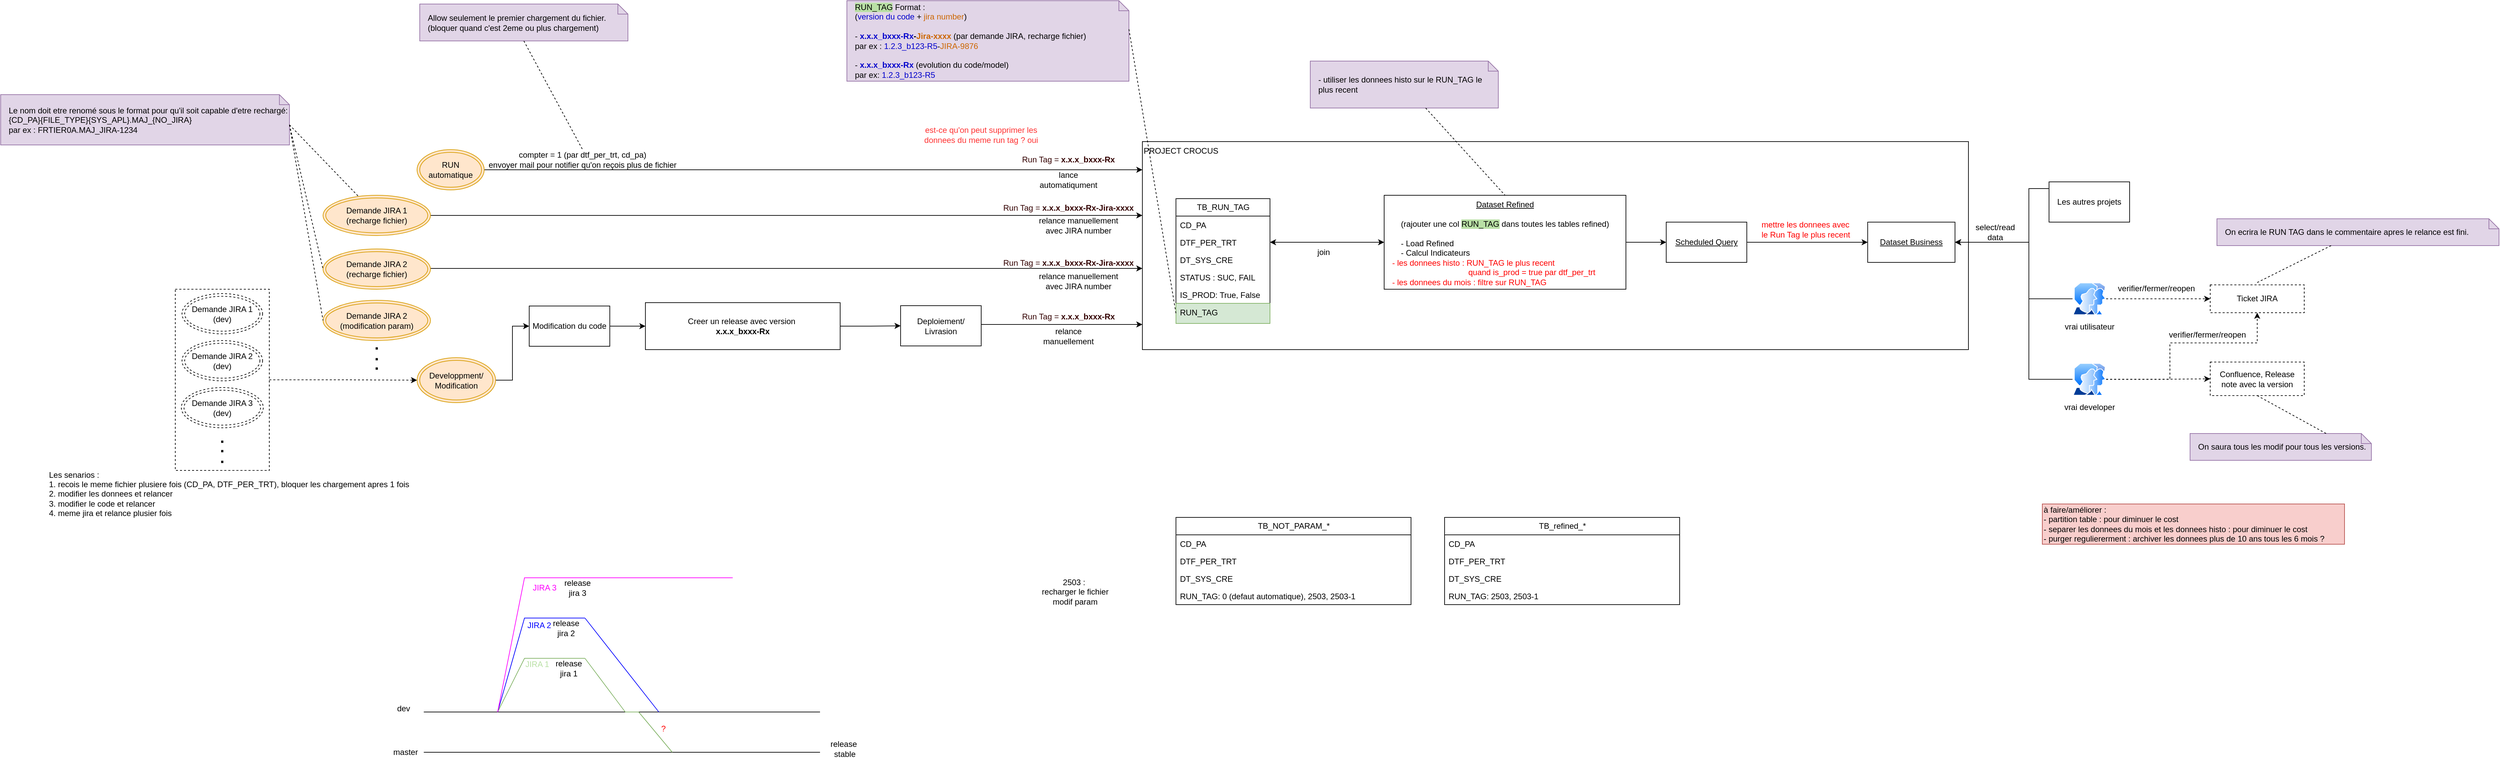
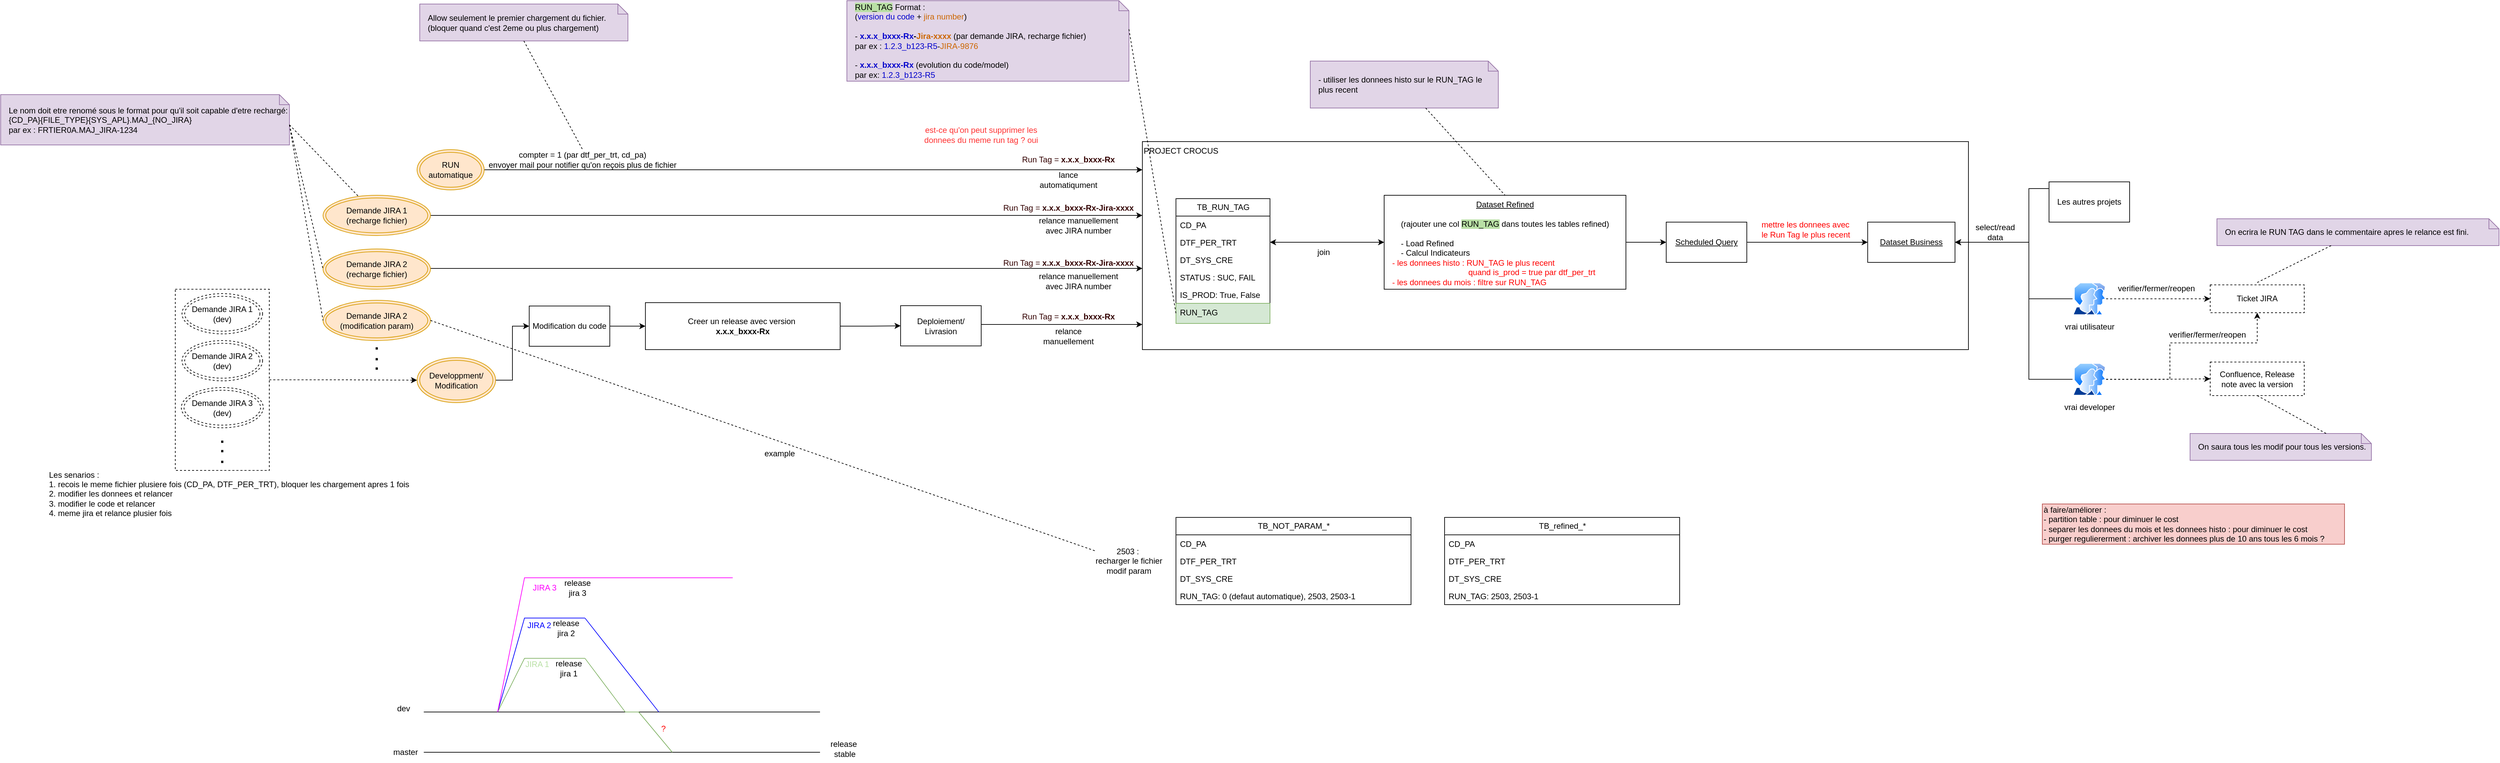
<mxfile host="app.diagrams.net">
  <diagram name="Page-1" id="bEAYSmEDHXBXhFzCy1HB">
-     <mxGraphModel dx="3075" dy="1706" grid="1" gridSize="10" guides="1" tooltips="1" connect="1" arrows="1" fold="1" page="1" pageScale="1" pageWidth="827" pageHeight="1169" math="0" shadow="0">
+     <mxGraphModel dx="4141" dy="2109" grid="1" gridSize="10" guides="1" tooltips="1" connect="1" arrows="1" fold="1" page="1" pageScale="1" pageWidth="827" pageHeight="1169" math="0" shadow="0">
      <root>
        <mxCell id="0" />
        <mxCell id="1" parent="0" />
        <mxCell id="cKu8MT6L8Fp_BZaxLZj7-22" edge="1" parent="1" source="cKu8MT6L8Fp_BZaxLZj7-16" style="edgeStyle=orthogonalEdgeStyle;rounded=0;orthogonalLoop=1;jettySize=auto;html=1;dashed=1;" target="QUzsFoNl6aFI_2ed8XXq-33">
          <mxGeometry relative="1" as="geometry">
            <Array as="points" />
            <mxPoint x="-937.4999999999995" y="465" as="sourcePoint" />
            <mxPoint x="-602.4999999999995" y="448" as="targetPoint" />
          </mxGeometry>
        </mxCell>
        <mxCell id="cKu8MT6L8Fp_BZaxLZj7-16" parent="1" style="rounded=0;whiteSpace=wrap;html=1;dashed=1;" value="" vertex="1">
          <mxGeometry height="270" width="140" x="-1070" y="330" as="geometry" />
        </mxCell>
        <mxCell id="QUzsFoNl6aFI_2ed8XXq-13" parent="1" style="rounded=0;whiteSpace=wrap;html=1;align=left;verticalAlign=top;" value="PROJECT CROCUS" vertex="1">
          <mxGeometry height="310" width="1230" x="370" y="110" as="geometry" />
        </mxCell>
        <mxCell id="QUzsFoNl6aFI_2ed8XXq-1" parent="1" style="swimlane;fontStyle=0;childLayout=stackLayout;horizontal=1;startSize=26;fillColor=none;horizontalStack=0;resizeParent=1;resizeParentMax=0;resizeLast=0;collapsible=1;marginBottom=0;html=1;" value="TB_RUN_TAG" vertex="1">
          <mxGeometry height="186" width="140" x="420" y="195" as="geometry" />
        </mxCell>
        <mxCell id="QUzsFoNl6aFI_2ed8XXq-2" parent="QUzsFoNl6aFI_2ed8XXq-1" style="text;strokeColor=none;fillColor=none;align=left;verticalAlign=top;spacingLeft=4;spacingRight=4;overflow=hidden;rotatable=0;points=[[0,0.5],[1,0.5]];portConstraint=eastwest;whiteSpace=wrap;html=1;" value="CD_PA" vertex="1">
          <mxGeometry height="26" width="140" y="26" as="geometry" />
        </mxCell>
        <mxCell id="QUzsFoNl6aFI_2ed8XXq-3" parent="QUzsFoNl6aFI_2ed8XXq-1" style="text;strokeColor=none;fillColor=none;align=left;verticalAlign=top;spacingLeft=4;spacingRight=4;overflow=hidden;rotatable=0;points=[[0,0.5],[1,0.5]];portConstraint=eastwest;whiteSpace=wrap;html=1;" value="DTF_PER_TRT" vertex="1">
          <mxGeometry height="26" width="140" y="52" as="geometry" />
        </mxCell>
        <mxCell id="QUzsFoNl6aFI_2ed8XXq-4" parent="QUzsFoNl6aFI_2ed8XXq-1" style="text;strokeColor=none;fillColor=none;align=left;verticalAlign=top;spacingLeft=4;spacingRight=4;overflow=hidden;rotatable=0;points=[[0,0.5],[1,0.5]];portConstraint=eastwest;whiteSpace=wrap;html=1;" value="DT_SYS_CRE" vertex="1">
          <mxGeometry height="26" width="140" y="78" as="geometry" />
        </mxCell>
        <mxCell id="QUzsFoNl6aFI_2ed8XXq-105" parent="QUzsFoNl6aFI_2ed8XXq-1" style="text;strokeColor=none;fillColor=none;align=left;verticalAlign=top;spacingLeft=4;spacingRight=4;overflow=hidden;rotatable=0;points=[[0,0.5],[1,0.5]];portConstraint=eastwest;whiteSpace=wrap;html=1;" value="STATUS : SUC, FAIL" vertex="1">
          <mxGeometry height="26" width="140" y="104" as="geometry" />
        </mxCell>
        <mxCell id="DOhsEIRQmGDwiVjTRz9E-7" parent="QUzsFoNl6aFI_2ed8XXq-1" style="text;strokeColor=none;fillColor=none;align=left;verticalAlign=top;spacingLeft=4;spacingRight=4;overflow=hidden;rotatable=0;points=[[0,0.5],[1,0.5]];portConstraint=eastwest;whiteSpace=wrap;html=1;" value="IS_PROD: True, False" vertex="1">
          <mxGeometry height="26" width="140" y="130" as="geometry" />
        </mxCell>
        <mxCell id="QUzsFoNl6aFI_2ed8XXq-5" parent="QUzsFoNl6aFI_2ed8XXq-1" style="text;strokeColor=#82b366;fillColor=#d5e8d4;align=left;verticalAlign=top;spacingLeft=4;spacingRight=4;overflow=hidden;rotatable=0;points=[[0,0.5],[1,0.5]];portConstraint=eastwest;whiteSpace=wrap;html=1;" value="RUN_TAG" vertex="1">
          <mxGeometry height="30" width="140" y="156" as="geometry" />
        </mxCell>
        <mxCell id="QUzsFoNl6aFI_2ed8XXq-7" parent="1" style="shape=note;size=15;align=left;spacingLeft=10;html=1;whiteSpace=wrap;fillColor=#e1d5e7;strokeColor=#9673a6;" value="&lt;span style=&quot;background-color: rgb(185, 224, 165);&quot;&gt;RUN_TAG&lt;/span&gt; Format :&amp;nbsp;&lt;div&gt;(&lt;font style=&quot;color: rgb(0, 0, 204);&quot;&gt;version du code&lt;/font&gt; +&lt;font style=&quot;color: rgb(204, 102, 0);&quot;&gt; &lt;font&gt;jira number&lt;/font&gt;&lt;/font&gt;)&lt;/div&gt;&lt;div&gt;&lt;br&gt;&lt;div&gt;- &lt;b&gt;&lt;font style=&quot;color: rgb(0, 0, 204);&quot;&gt;x.x.x_bxxx-Rx&lt;/font&gt;-&lt;font style=&quot;color: rgb(204, 102, 0);&quot;&gt;Jira-xxxx&lt;/font&gt;&lt;/b&gt; (par demande JIRA, recharge fichier)&amp;nbsp;&lt;/div&gt;&lt;div&gt;par ex : &lt;font style=&quot;color: rgb(0, 0, 204);&quot;&gt;1.2.3_b123-R5&lt;/font&gt;-&lt;font style=&quot;color: rgb(204, 102, 0);&quot;&gt;JIRA-9876&lt;/font&gt;&lt;/div&gt;&lt;div&gt;&lt;br&gt;&lt;/div&gt;&lt;div&gt;-&lt;b&gt; &lt;font style=&quot;color: rgb(0, 0, 204);&quot;&gt;x.x.x_bxxx-Rx&lt;/font&gt;&lt;/b&gt; (evolution du code/model)&lt;/div&gt;&lt;div&gt;&lt;span style=&quot;background-color: transparent; color: light-dark(rgb(0, 0, 0), rgb(255, 255, 255));&quot;&gt;par ex: &lt;/span&gt;&lt;span style=&quot;background-color: transparent;&quot;&gt;&lt;font style=&quot;color: light-dark(rgb(0, 0, 204), rgb(255, 255, 255));&quot;&gt;1.2.3_b123-R5&lt;/font&gt;&lt;/span&gt;&lt;/div&gt;&lt;/div&gt;" vertex="1">
          <mxGeometry height="120" width="420" x="-70" y="-100" as="geometry" />
        </mxCell>
        <mxCell id="QUzsFoNl6aFI_2ed8XXq-8" edge="1" parent="1" source="QUzsFoNl6aFI_2ed8XXq-7" style="edgeStyle=none;endArrow=none;exitX=0;exitY=0;dashed=1;html=1;rounded=0;entryX=0;entryY=0.5;entryDx=0;entryDy=0;exitDx=420;exitDy=42.5;exitPerimeter=0;" target="QUzsFoNl6aFI_2ed8XXq-5" value="">
          <mxGeometry relative="1" x="1" as="geometry">
            <mxPoint x="590" y="660" as="targetPoint" />
          </mxGeometry>
        </mxCell>
        <mxCell id="QUzsFoNl6aFI_2ed8XXq-10" parent="1" style="rounded=0;whiteSpace=wrap;html=1;dashed=1;" value="Confluence, Release note avec la v&lt;span style=&quot;background-color: transparent; color: light-dark(rgb(0, 0, 0), rgb(255, 255, 255));&quot;&gt;ersion&lt;/span&gt;" vertex="1">
          <mxGeometry height="50" width="140" x="1960" y="438.5" as="geometry" />
        </mxCell>
        <mxCell id="QUzsFoNl6aFI_2ed8XXq-11" parent="1" style="rounded=0;whiteSpace=wrap;html=1;dashed=1;" value="Ticket JIRA" vertex="1">
          <mxGeometry height="41.5" width="140" x="1960" y="323.5" as="geometry" />
        </mxCell>
        <mxCell id="QUzsFoNl6aFI_2ed8XXq-42" edge="1" parent="1" source="QUzsFoNl6aFI_2ed8XXq-12" style="edgeStyle=orthogonalEdgeStyle;rounded=0;orthogonalLoop=1;jettySize=auto;html=1;entryX=1;entryY=0.5;entryDx=0;entryDy=0;startArrow=classic;startFill=1;" target="QUzsFoNl6aFI_2ed8XXq-3">
          <mxGeometry relative="1" as="geometry" />
        </mxCell>
        <mxCell id="QUzsFoNl6aFI_2ed8XXq-50" edge="1" parent="1" source="QUzsFoNl6aFI_2ed8XXq-12" style="edgeStyle=orthogonalEdgeStyle;rounded=0;orthogonalLoop=1;jettySize=auto;html=1;" target="QUzsFoNl6aFI_2ed8XXq-46">
          <mxGeometry relative="1" as="geometry">
            <Array as="points" />
          </mxGeometry>
        </mxCell>
        <mxCell id="QUzsFoNl6aFI_2ed8XXq-12" parent="1" style="rounded=0;whiteSpace=wrap;html=1;verticalAlign=top;" value="&lt;u&gt;Dataset Refined&lt;/u&gt;&lt;div&gt;&lt;u&gt;&lt;br&gt;&lt;/u&gt;&lt;div&gt;(rajouter une col &lt;span style=&quot;background-color: rgb(185, 224, 165);&quot;&gt;RUN_TAG&lt;/span&gt;&lt;span&gt; &lt;/span&gt;dans toutes les tables refined)&lt;/div&gt;&lt;div&gt;&lt;br&gt;&lt;/div&gt;&lt;div style=&quot;text-align: left;&quot;&gt;- Load Refined&amp;nbsp; &amp;nbsp; &amp;nbsp; &amp;nbsp;&lt;/div&gt;&lt;div style=&quot;text-align: left;&quot;&gt;- Calcul Indicateurs&lt;/div&gt;&lt;/div&gt;" vertex="1">
          <mxGeometry height="140" width="360" x="730" y="190" as="geometry" />
        </mxCell>
        <mxCell id="QUzsFoNl6aFI_2ed8XXq-27" edge="1" parent="1" source="QUzsFoNl6aFI_2ed8XXq-33" style="edgeStyle=orthogonalEdgeStyle;rounded=0;orthogonalLoop=1;jettySize=auto;html=1;entryX=0;entryY=0.5;entryDx=0;entryDy=0;" target="QUzsFoNl6aFI_2ed8XXq-23">
          <mxGeometry relative="1" as="geometry">
            <mxPoint x="-740" y="281" as="sourcePoint" />
          </mxGeometry>
        </mxCell>
        <mxCell id="QUzsFoNl6aFI_2ed8XXq-19" parent="1" style="text;html=1;whiteSpace=wrap;strokeColor=none;fillColor=none;align=center;verticalAlign=middle;rounded=0;fontColor=#330000;" value="&lt;font style=&quot;&quot;&gt;Run Tag =&amp;nbsp;&lt;/font&gt;&lt;b style=&quot;text-align: left;&quot;&gt;x.x.x_bxxx-Rx-Jira-xxxx&lt;/b&gt;" vertex="1">
          <mxGeometry height="30" width="200" x="160" y="275.5" as="geometry" />
        </mxCell>
        <mxCell id="cKu8MT6L8Fp_BZaxLZj7-37" edge="1" parent="1" source="QUzsFoNl6aFI_2ed8XXq-23" style="edgeStyle=orthogonalEdgeStyle;rounded=0;orthogonalLoop=1;jettySize=auto;html=1;" target="QUzsFoNl6aFI_2ed8XXq-25">
          <mxGeometry relative="1" as="geometry" />
        </mxCell>
        <mxCell id="QUzsFoNl6aFI_2ed8XXq-23" parent="1" style="rounded=0;whiteSpace=wrap;html=1;" value="Modification du code" vertex="1">
          <mxGeometry height="60" width="120" x="-543" y="355" as="geometry" />
        </mxCell>
        <mxCell id="QUzsFoNl6aFI_2ed8XXq-31" edge="1" parent="1" source="QUzsFoNl6aFI_2ed8XXq-24" style="edgeStyle=orthogonalEdgeStyle;rounded=0;orthogonalLoop=1;jettySize=auto;html=1;">
          <mxGeometry relative="1" as="geometry">
            <Array as="points">
              <mxPoint x="180" y="382.5" />
              <mxPoint x="180" y="382.5" />
            </Array>
            <mxPoint x="370" y="382.5" as="targetPoint" />
          </mxGeometry>
        </mxCell>
        <mxCell id="QUzsFoNl6aFI_2ed8XXq-24" parent="1" style="rounded=0;whiteSpace=wrap;html=1;" value="Deploiement/ Livrasion" vertex="1">
          <mxGeometry height="60" width="120" x="10" y="354.5" as="geometry" />
        </mxCell>
        <mxCell id="cKu8MT6L8Fp_BZaxLZj7-38" edge="1" parent="1" source="QUzsFoNl6aFI_2ed8XXq-25" style="edgeStyle=orthogonalEdgeStyle;rounded=0;orthogonalLoop=1;jettySize=auto;html=1;" target="QUzsFoNl6aFI_2ed8XXq-24">
          <mxGeometry relative="1" as="geometry" />
        </mxCell>
        <mxCell id="QUzsFoNl6aFI_2ed8XXq-25" parent="1" style="rounded=0;whiteSpace=wrap;html=1;" value="Creer un release avec version&amp;nbsp;&lt;div&gt;&lt;span style=&quot;text-align: left;&quot;&gt;&lt;b&gt;x.x.x_bxxx-Rx&lt;/b&gt;&lt;/span&gt;&lt;/div&gt;" vertex="1">
          <mxGeometry height="70" width="290" x="-370" y="350" as="geometry" />
        </mxCell>
        <mxCell id="QUzsFoNl6aFI_2ed8XXq-33" parent="1" style="ellipse;shape=doubleEllipse;whiteSpace=wrap;html=1;fillColor=#ffe6cc;strokeColor=#d79b00;" value="Developpment/&lt;div&gt;Modification&lt;/div&gt;" vertex="1">
          <mxGeometry height="67" width="117" x="-710" y="432" as="geometry" />
        </mxCell>
        <mxCell id="cKu8MT6L8Fp_BZaxLZj7-5" edge="1" parent="1" style="edgeStyle=orthogonalEdgeStyle;rounded=0;orthogonalLoop=1;jettySize=auto;html=1;">
          <mxGeometry relative="1" as="geometry">
            <Array as="points">
              <mxPoint x="110" y="299" />
              <mxPoint x="110" y="299" />
            </Array>
            <mxPoint x="-690.0000000000005" y="299" as="sourcePoint" />
            <mxPoint x="370" y="299" as="targetPoint" />
          </mxGeometry>
        </mxCell>
        <mxCell id="QUzsFoNl6aFI_2ed8XXq-34" parent="1" style="ellipse;shape=doubleEllipse;whiteSpace=wrap;html=1;fillColor=#ffe6cc;strokeColor=#d79b00;" value="Demande JIRA 2&lt;div&gt;(recharge fichier)&lt;/div&gt;" vertex="1">
          <mxGeometry height="60" width="160" x="-850" y="270" as="geometry" />
        </mxCell>
        <mxCell id="QUzsFoNl6aFI_2ed8XXq-36" edge="1" parent="1" source="QUzsFoNl6aFI_2ed8XXq-35" style="edgeStyle=orthogonalEdgeStyle;rounded=0;orthogonalLoop=1;jettySize=auto;html=1;" target="QUzsFoNl6aFI_2ed8XXq-13">
          <mxGeometry relative="1" as="geometry">
            <Array as="points">
              <mxPoint x="140" y="152" />
              <mxPoint x="140" y="152" />
            </Array>
            <mxPoint x="380" y="152.0588235294117" as="targetPoint" />
          </mxGeometry>
        </mxCell>
        <mxCell id="QUzsFoNl6aFI_2ed8XXq-35" parent="1" style="ellipse;shape=doubleEllipse;whiteSpace=wrap;html=1;fillColor=#ffe6cc;strokeColor=#d79b00;" value="RUN automatique" vertex="1">
          <mxGeometry height="60" width="100" x="-710" y="122" as="geometry" />
        </mxCell>
        <mxCell id="QUzsFoNl6aFI_2ed8XXq-40" parent="1" style="shape=note;size=15;align=left;spacingLeft=10;html=1;whiteSpace=wrap;fillColor=#e1d5e7;strokeColor=#9673a6;" value="&lt;div&gt;- utiliser les donnees histo sur le RUN_TAG le plus recent&lt;/div&gt;" vertex="1">
          <mxGeometry height="70" width="280" x="620" y="-10" as="geometry" />
        </mxCell>
        <mxCell id="QUzsFoNl6aFI_2ed8XXq-41" edge="1" parent="1" source="QUzsFoNl6aFI_2ed8XXq-40" style="edgeStyle=none;endArrow=none;dashed=1;html=1;rounded=0;entryX=0.5;entryY=0;entryDx=0;entryDy=0;" target="QUzsFoNl6aFI_2ed8XXq-12" value="">
          <mxGeometry relative="1" x="1" as="geometry">
            <mxPoint x="720" y="650" as="sourcePoint" />
            <mxPoint x="772" y="500" as="targetPoint" />
          </mxGeometry>
        </mxCell>
        <mxCell id="QUzsFoNl6aFI_2ed8XXq-43" parent="1" style="text;html=1;whiteSpace=wrap;strokeColor=none;fillColor=none;align=left;verticalAlign=middle;rounded=0;" value="&lt;font style=&quot;color: rgb(255, 0, 0);&quot;&gt;- les donnees histo : RUN_TAG le plus recent&amp;nbsp;&lt;/font&gt;&lt;div&gt;&lt;font style=&quot;color: rgb(255, 0, 0);&quot;&gt;&amp;nbsp; &amp;nbsp; &amp;nbsp; &amp;nbsp; &amp;nbsp; &amp;nbsp; &amp;nbsp; &amp;nbsp; &amp;nbsp; &amp;nbsp; &amp;nbsp; &amp;nbsp; &amp;nbsp; &amp;nbsp; &amp;nbsp; &amp;nbsp; &amp;nbsp; quand is_prod = true par dtf_per_trt&lt;/font&gt;&lt;div&gt;&lt;font style=&quot;color: rgb(255, 0, 0);&quot;&gt;- les donnees du mois : f&lt;/font&gt;&lt;span style=&quot;color: light-dark(rgb(255, 0, 0), rgb(255, 144, 144)); background-color: transparent;&quot;&gt;iltre sur RUN_TAG&lt;/span&gt;&lt;/div&gt;&lt;/div&gt;" vertex="1">
          <mxGeometry height="30" width="370" x="740" y="290" as="geometry" />
        </mxCell>
        <mxCell id="QUzsFoNl6aFI_2ed8XXq-45" parent="1" style="rounded=0;whiteSpace=wrap;html=1;" value="&lt;u&gt;Dataset Business&lt;/u&gt;" vertex="1">
          <mxGeometry height="60" width="130" x="1450" y="230" as="geometry" />
        </mxCell>
        <mxCell id="QUzsFoNl6aFI_2ed8XXq-48" edge="1" parent="1" source="QUzsFoNl6aFI_2ed8XXq-46" style="edgeStyle=orthogonalEdgeStyle;rounded=0;orthogonalLoop=1;jettySize=auto;html=1;" target="QUzsFoNl6aFI_2ed8XXq-45">
          <mxGeometry relative="1" as="geometry" />
        </mxCell>
        <mxCell id="QUzsFoNl6aFI_2ed8XXq-46" parent="1" style="rounded=0;whiteSpace=wrap;html=1;" value="&lt;u&gt;Scheduled Query&lt;/u&gt;" vertex="1">
          <mxGeometry height="60" width="120" x="1150" y="230" as="geometry" />
        </mxCell>
        <mxCell id="QUzsFoNl6aFI_2ed8XXq-51" parent="1" style="text;html=1;whiteSpace=wrap;strokeColor=none;fillColor=none;align=left;verticalAlign=middle;rounded=0;fontColor=#FF0000;" value="mettre les donnees avec le Run Tag le plus recent" vertex="1">
          <mxGeometry height="30" width="140" x="1290" y="226" as="geometry" />
        </mxCell>
        <mxCell id="QUzsFoNl6aFI_2ed8XXq-59" edge="1" parent="1" source="QUzsFoNl6aFI_2ed8XXq-52" style="edgeStyle=orthogonalEdgeStyle;rounded=0;orthogonalLoop=1;jettySize=auto;html=1;entryX=1;entryY=0.5;entryDx=0;entryDy=0;" target="QUzsFoNl6aFI_2ed8XXq-45">
          <mxGeometry relative="1" as="geometry">
            <Array as="points">
              <mxPoint x="1690" y="180" />
              <mxPoint x="1690" y="260" />
            </Array>
          </mxGeometry>
        </mxCell>
        <mxCell id="QUzsFoNl6aFI_2ed8XXq-52" parent="1" style="rounded=0;whiteSpace=wrap;html=1;" value="Les autres projets" vertex="1">
          <mxGeometry height="60" width="120" x="1720" y="170" as="geometry" />
        </mxCell>
        <mxCell id="QUzsFoNl6aFI_2ed8XXq-58" edge="1" parent="1" source="QUzsFoNl6aFI_2ed8XXq-57" style="edgeStyle=orthogonalEdgeStyle;rounded=0;orthogonalLoop=1;jettySize=auto;html=1;entryX=1;entryY=0.5;entryDx=0;entryDy=0;" target="QUzsFoNl6aFI_2ed8XXq-45">
          <mxGeometry relative="1" as="geometry">
            <Array as="points">
              <mxPoint x="1690" y="344" />
              <mxPoint x="1690" y="260" />
            </Array>
          </mxGeometry>
        </mxCell>
        <mxCell id="QUzsFoNl6aFI_2ed8XXq-65" edge="1" parent="1" source="QUzsFoNl6aFI_2ed8XXq-57" style="edgeStyle=orthogonalEdgeStyle;rounded=0;orthogonalLoop=1;jettySize=auto;html=1;dashed=1;" target="QUzsFoNl6aFI_2ed8XXq-11">
          <mxGeometry relative="1" as="geometry" />
        </mxCell>
        <mxCell id="QUzsFoNl6aFI_2ed8XXq-57" parent="1" style="image;aspect=fixed;perimeter=ellipsePerimeter;html=1;align=center;shadow=0;dashed=0;spacingTop=3;image=img/lib/active_directory/user_accounts.svg;" value="vrai utilisateur" vertex="1">
          <mxGeometry height="48.5" width="50" x="1755" y="320" as="geometry" />
        </mxCell>
        <mxCell id="QUzsFoNl6aFI_2ed8XXq-60" parent="1" style="text;html=1;whiteSpace=wrap;strokeColor=none;fillColor=none;align=center;verticalAlign=middle;rounded=0;" value="select/read data" vertex="1">
          <mxGeometry height="30" width="60" x="1610" y="230" as="geometry" />
        </mxCell>
        <mxCell id="QUzsFoNl6aFI_2ed8XXq-63" edge="1" parent="1" source="QUzsFoNl6aFI_2ed8XXq-62" style="edgeStyle=orthogonalEdgeStyle;rounded=0;orthogonalLoop=1;jettySize=auto;html=1;entryX=1;entryY=0.5;entryDx=0;entryDy=0;" target="QUzsFoNl6aFI_2ed8XXq-45">
          <mxGeometry relative="1" as="geometry">
            <Array as="points">
              <mxPoint x="1690" y="464" />
              <mxPoint x="1690" y="260" />
            </Array>
          </mxGeometry>
        </mxCell>
        <mxCell id="QUzsFoNl6aFI_2ed8XXq-66" edge="1" parent="1" source="QUzsFoNl6aFI_2ed8XXq-62" style="edgeStyle=orthogonalEdgeStyle;rounded=0;orthogonalLoop=1;jettySize=auto;html=1;dashed=1;" target="QUzsFoNl6aFI_2ed8XXq-10">
          <mxGeometry relative="1" as="geometry" />
        </mxCell>
        <mxCell id="QUzsFoNl6aFI_2ed8XXq-68" edge="1" parent="1" source="QUzsFoNl6aFI_2ed8XXq-62" style="edgeStyle=orthogonalEdgeStyle;rounded=0;orthogonalLoop=1;jettySize=auto;html=1;entryX=0.5;entryY=1;entryDx=0;entryDy=0;dashed=1;" target="QUzsFoNl6aFI_2ed8XXq-11">
          <mxGeometry relative="1" as="geometry">
            <Array as="points">
              <mxPoint x="1900" y="464" />
              <mxPoint x="1900" y="410" />
              <mxPoint x="2030" y="410" />
            </Array>
          </mxGeometry>
        </mxCell>
        <mxCell id="QUzsFoNl6aFI_2ed8XXq-62" parent="1" style="image;aspect=fixed;perimeter=ellipsePerimeter;html=1;align=center;shadow=0;dashed=0;spacingTop=3;image=img/lib/active_directory/user_accounts.svg;" value="vrai developer" vertex="1">
          <mxGeometry height="48.5" width="50" x="1755" y="440" as="geometry" />
        </mxCell>
        <mxCell id="QUzsFoNl6aFI_2ed8XXq-69" parent="1" style="shape=note;size=15;align=left;spacingLeft=10;html=1;whiteSpace=wrap;fillColor=#e1d5e7;strokeColor=#9673a6;" value="On ecrira le RUN TAG dans le commentaire apres le relance est fini." vertex="1">
          <mxGeometry height="40" width="420" x="1970" y="225" as="geometry" />
        </mxCell>
        <mxCell id="QUzsFoNl6aFI_2ed8XXq-70" edge="1" parent="1" source="QUzsFoNl6aFI_2ed8XXq-69" style="edgeStyle=none;endArrow=none;dashed=1;html=1;rounded=0;" value="">
          <mxGeometry relative="1" x="1" as="geometry">
            <mxPoint x="970" y="210" as="sourcePoint" />
            <mxPoint x="2030" y="320" as="targetPoint" />
          </mxGeometry>
        </mxCell>
        <mxCell id="QUzsFoNl6aFI_2ed8XXq-71" parent="1" style="shape=note;size=15;align=left;spacingLeft=10;html=1;whiteSpace=wrap;fillColor=#e1d5e7;strokeColor=#9673a6;" value="On saura tous les modif pour tous les versions." vertex="1">
          <mxGeometry height="40" width="270" x="1930" y="545" as="geometry" />
        </mxCell>
        <mxCell id="QUzsFoNl6aFI_2ed8XXq-72" edge="1" parent="1" source="QUzsFoNl6aFI_2ed8XXq-71" style="edgeStyle=none;endArrow=none;dashed=1;html=1;rounded=0;entryX=0.5;entryY=1;entryDx=0;entryDy=0;exitX=0;exitY=0;exitDx=202.5;exitDy=0;exitPerimeter=0;" target="QUzsFoNl6aFI_2ed8XXq-10" value="">
          <mxGeometry relative="1" x="1" as="geometry">
            <mxPoint x="2180" y="470" as="sourcePoint" />
            <mxPoint x="2070" y="525" as="targetPoint" />
          </mxGeometry>
        </mxCell>
        <mxCell id="QUzsFoNl6aFI_2ed8XXq-74" parent="1" style="rounded=0;whiteSpace=wrap;html=1;align=left;fillColor=#f8cecc;strokeColor=#b85450;" value="à faire/améliorer :&lt;div&gt;- partition table : pour diminuer le cost&lt;/div&gt;&lt;div&gt;- separer les donnees du mois et les donnees histo&amp;nbsp;&lt;span style=&quot;background-color: transparent; color: light-dark(rgb(0, 0, 0), rgb(255, 255, 255));&quot;&gt;: pour diminuer le cost&lt;/span&gt;&lt;/div&gt;&lt;div&gt;&lt;span style=&quot;background-color: transparent; color: light-dark(rgb(0, 0, 0), rgb(255, 255, 255));&quot;&gt;- purger reguliererment : archiver les donnees plus de 10 ans tous les 6 mois ?&lt;/span&gt;&lt;/div&gt;" vertex="1">
          <mxGeometry height="60" width="450" x="1710" y="650" as="geometry" />
        </mxCell>
        <mxCell id="QUzsFoNl6aFI_2ed8XXq-76" parent="1" style="text;html=1;whiteSpace=wrap;strokeColor=none;fillColor=none;align=center;verticalAlign=middle;rounded=0;" value="join" vertex="1">
          <mxGeometry height="30" width="60" x="610" y="260" as="geometry" />
        </mxCell>
        <mxCell id="QUzsFoNl6aFI_2ed8XXq-81" edge="1" parent="1" style="endArrow=none;html=1;rounded=0;" value="">
          <mxGeometry height="50" relative="1" width="50" as="geometry">
            <mxPoint x="-700" y="960" as="sourcePoint" />
            <mxPoint x="-110" y="960" as="targetPoint" />
          </mxGeometry>
        </mxCell>
        <mxCell id="QUzsFoNl6aFI_2ed8XXq-83" edge="1" parent="1" style="endArrow=none;html=1;rounded=0;fillColor=#d5e8d4;strokeColor=#82b366;" value="">
          <mxGeometry height="50" relative="1" width="50" as="geometry">
            <Array as="points">
              <mxPoint x="-550" y="880" />
            </Array>
            <mxPoint x="-590" y="960" as="sourcePoint" />
            <mxPoint x="-460" y="880" as="targetPoint" />
          </mxGeometry>
        </mxCell>
        <mxCell id="QUzsFoNl6aFI_2ed8XXq-84" parent="1" style="text;html=1;whiteSpace=wrap;strokeColor=none;fillColor=none;align=center;verticalAlign=middle;rounded=0;" value="dev" vertex="1">
          <mxGeometry height="30" width="60" x="-760" y="940" as="geometry" />
        </mxCell>
        <mxCell id="QUzsFoNl6aFI_2ed8XXq-85" edge="1" parent="1" style="endArrow=none;html=1;rounded=0;strokeColor=#0000FF;" value="">
          <mxGeometry height="50" relative="1" width="50" as="geometry">
            <Array as="points">
              <mxPoint x="-550" y="820" />
            </Array>
            <mxPoint x="-590" y="960" as="sourcePoint" />
            <mxPoint x="-460" y="820" as="targetPoint" />
          </mxGeometry>
        </mxCell>
        <mxCell id="QUzsFoNl6aFI_2ed8XXq-86" edge="1" parent="1" style="endArrow=none;html=1;rounded=0;strokeColor=#FF00FF;" value="">
          <mxGeometry height="50" relative="1" width="50" as="geometry">
            <Array as="points">
              <mxPoint x="-550" y="760" />
            </Array>
            <mxPoint x="-590" y="960" as="sourcePoint" />
            <mxPoint x="-240" y="760" as="targetPoint" />
          </mxGeometry>
        </mxCell>
        <mxCell id="QUzsFoNl6aFI_2ed8XXq-87" parent="1" style="text;html=1;whiteSpace=wrap;strokeColor=none;fillColor=none;align=center;verticalAlign=middle;rounded=0;fontColor=#B9E0A5;" value="JIRA 1" vertex="1">
          <mxGeometry height="30" width="60" x="-561" y="874" as="geometry" />
        </mxCell>
        <mxCell id="QUzsFoNl6aFI_2ed8XXq-88" parent="1" style="text;html=1;whiteSpace=wrap;strokeColor=none;fillColor=none;align=center;verticalAlign=middle;rounded=0;fontColor=#0000FF;" value="JIRA 2" vertex="1">
          <mxGeometry height="30" width="60" x="-558" y="816" as="geometry" />
        </mxCell>
        <mxCell id="QUzsFoNl6aFI_2ed8XXq-89" parent="1" style="text;html=1;whiteSpace=wrap;strokeColor=none;fillColor=none;align=center;verticalAlign=middle;rounded=0;fontColor=#FF00FF;" value="JIRA 3" vertex="1">
          <mxGeometry height="30" width="60" x="-550" y="760" as="geometry" />
        </mxCell>
        <mxCell id="QUzsFoNl6aFI_2ed8XXq-90" edge="1" parent="1" style="endArrow=none;html=1;rounded=0;" value="">
          <mxGeometry height="50" relative="1" width="50" as="geometry">
            <mxPoint x="-700" y="1020" as="sourcePoint" />
            <mxPoint x="-110" y="1020" as="targetPoint" />
          </mxGeometry>
        </mxCell>
        <mxCell id="QUzsFoNl6aFI_2ed8XXq-91" parent="1" style="text;html=1;whiteSpace=wrap;strokeColor=none;fillColor=none;align=center;verticalAlign=middle;rounded=0;" value="master" vertex="1">
          <mxGeometry height="30" width="60" x="-757" y="1005" as="geometry" />
        </mxCell>
        <mxCell id="QUzsFoNl6aFI_2ed8XXq-92" edge="1" parent="1" style="endArrow=none;html=1;rounded=0;fillColor=#d5e8d4;strokeColor=#82b366;" value="">
          <mxGeometry height="50" relative="1" width="50" as="geometry">
            <mxPoint x="-460" y="880" as="sourcePoint" />
            <mxPoint x="-400" y="960" as="targetPoint" />
          </mxGeometry>
        </mxCell>
        <mxCell id="QUzsFoNl6aFI_2ed8XXq-94" edge="1" parent="1" style="endArrow=none;html=1;rounded=0;strokeColor=#0000FF;" value="">
          <mxGeometry height="50" relative="1" width="50" as="geometry">
            <mxPoint x="-460" y="820" as="sourcePoint" />
            <mxPoint x="-350" y="960" as="targetPoint" />
          </mxGeometry>
        </mxCell>
        <mxCell id="QUzsFoNl6aFI_2ed8XXq-95" edge="1" parent="1" style="endArrow=none;html=1;rounded=0;fillColor=#d5e8d4;strokeColor=#82b366;" value="">
          <mxGeometry height="50" relative="1" width="50" as="geometry">
            <mxPoint x="-380" y="960" as="sourcePoint" />
            <mxPoint x="-330" y="1020" as="targetPoint" />
          </mxGeometry>
        </mxCell>
        <mxCell id="QUzsFoNl6aFI_2ed8XXq-96" edge="1" parent="1" style="endArrow=none;html=1;rounded=0;fillColor=#d5e8d4;strokeColor=#82b366;" value="">
          <mxGeometry height="50" relative="1" width="50" as="geometry">
            <mxPoint x="-400" y="960" as="sourcePoint" />
            <mxPoint x="-380" y="960" as="targetPoint" />
          </mxGeometry>
        </mxCell>
        <mxCell id="QUzsFoNl6aFI_2ed8XXq-98" parent="1" style="text;html=1;whiteSpace=wrap;strokeColor=none;fillColor=none;align=center;verticalAlign=middle;rounded=0;" value="release jira 2" vertex="1">
          <mxGeometry height="30" width="60" x="-518" y="820" as="geometry" />
        </mxCell>
        <mxCell id="QUzsFoNl6aFI_2ed8XXq-99" parent="1" style="text;html=1;whiteSpace=wrap;strokeColor=none;fillColor=none;align=center;verticalAlign=middle;rounded=0;" value="release jira 1" vertex="1">
          <mxGeometry height="30" width="60" x="-514" y="880" as="geometry" />
        </mxCell>
        <mxCell id="QUzsFoNl6aFI_2ed8XXq-100" parent="1" style="text;html=1;whiteSpace=wrap;strokeColor=none;fillColor=none;align=center;verticalAlign=middle;rounded=0;" value="release jira 3" vertex="1">
          <mxGeometry height="30" width="60" x="-501" y="760" as="geometry" />
        </mxCell>
        <mxCell id="QUzsFoNl6aFI_2ed8XXq-101" parent="1" style="text;html=1;whiteSpace=wrap;strokeColor=none;fillColor=none;align=center;verticalAlign=middle;rounded=0;" value="release&amp;nbsp; stable" vertex="1">
          <mxGeometry height="30" width="60" x="-103" y="1000" as="geometry" />
        </mxCell>
        <mxCell id="QUzsFoNl6aFI_2ed8XXq-103" parent="1" style="text;html=1;whiteSpace=wrap;strokeColor=none;fillColor=none;align=center;verticalAlign=middle;rounded=0;fontColor=#FF0000;" value="?" vertex="1">
          <mxGeometry height="30" width="60" x="-373" y="970" as="geometry" />
        </mxCell>
        <mxCell id="QUzsFoNl6aFI_2ed8XXq-104" parent="1" style="text;html=1;whiteSpace=wrap;strokeColor=none;fillColor=none;align=center;verticalAlign=middle;rounded=0;" value="compter = 1 (par dtf_per_trt, cd_pa)&lt;div&gt;envoyer mail pour notifier qu&#39;on reçois plus de fichier&lt;/div&gt;" vertex="1">
          <mxGeometry height="30" width="293" x="-610" y="122" as="geometry" />
        </mxCell>
        <mxCell id="QUzsFoNl6aFI_2ed8XXq-106" parent="1" style="text;html=1;whiteSpace=wrap;strokeColor=none;fillColor=none;align=left;verticalAlign=middle;rounded=0;" value="&lt;div&gt;Les senarios :&lt;/div&gt;1. recois le meme fichier plusiere fois (CD_PA, DTF_PER_TRT), bloquer les chargement apres 1 fois&lt;div&gt;2. modifier les donnees et relancer&lt;/div&gt;&lt;div&gt;3. modifier le code et relancer&lt;/div&gt;&lt;div&gt;4.&amp;nbsp;&lt;span style=&quot;text-align: center; background-color: transparent; color: light-dark(rgb(0, 0, 0), rgb(255, 255, 255));&quot;&gt;meme jira et relance plusier fois&lt;/span&gt;&lt;/div&gt;" vertex="1">
          <mxGeometry height="30" width="600" x="-1260" y="620" as="geometry" />
        </mxCell>
        <mxCell id="cKu8MT6L8Fp_BZaxLZj7-1" parent="1" style="shape=note;size=15;align=left;spacingLeft=10;html=1;whiteSpace=wrap;fillColor=#e1d5e7;strokeColor=#9673a6;labelBackgroundColor=none;" value="&lt;span style=&quot;&quot;&gt;Allow seulement le premier chargement du fichier.&lt;br&gt;(bloquer quand c&#39;est 2eme ou plus chargement)&lt;/span&gt;" vertex="1">
          <mxGeometry height="55" width="310" x="-706" y="-95" as="geometry" />
        </mxCell>
        <mxCell id="cKu8MT6L8Fp_BZaxLZj7-2" edge="1" parent="1" source="cKu8MT6L8Fp_BZaxLZj7-1" style="edgeStyle=none;endArrow=none;exitX=0.5;exitY=1;dashed=1;html=1;rounded=0;entryX=0.5;entryY=0;entryDx=0;entryDy=0;exitDx=0;exitDy=0;exitPerimeter=0;" target="QUzsFoNl6aFI_2ed8XXq-104" value="">
          <mxGeometry relative="1" x="1" as="geometry">
            <mxPoint x="590" y="300" as="sourcePoint" />
            <mxPoint x="680" y="507" as="targetPoint" />
          </mxGeometry>
        </mxCell>
        <mxCell id="cKu8MT6L8Fp_BZaxLZj7-3" parent="1" style="ellipse;shape=doubleEllipse;whiteSpace=wrap;html=1;dashed=1;" value="Demande JIRA 1&lt;div&gt;(dev)&lt;/div&gt;" vertex="1">
          <mxGeometry height="60" width="120" x="-1060" y="336.5" as="geometry" />
        </mxCell>
        <mxCell id="cKu8MT6L8Fp_BZaxLZj7-7" parent="1" style="text;html=1;whiteSpace=wrap;strokeColor=none;fillColor=none;align=center;verticalAlign=middle;rounded=0;fontColor=#330000;" value="&lt;font style=&quot;&quot;&gt;Run Tag =&amp;nbsp;&lt;b style=&quot;text-align: left;&quot;&gt;x.x.x_bxxx-Rx&lt;/b&gt;&lt;/font&gt;" vertex="1">
          <mxGeometry height="30" width="200" x="160" y="122" as="geometry" />
        </mxCell>
        <mxCell id="cKu8MT6L8Fp_BZaxLZj7-11" parent="1" style="shape=note;size=15;align=left;spacingLeft=10;html=1;whiteSpace=wrap;fillColor=#e1d5e7;strokeColor=#9673a6;labelBackgroundColor=none;" value="&lt;span style=&quot;&quot;&gt;Le nom doit etre renomé sous le format pour qu&#39;il soit capable d&#39;etre rechargé:&lt;br&gt;{CD_PA}{FILE_TYPE}{SYS_APL}.MAJ_{NO_JIRA}&lt;/span&gt;&lt;div&gt;&lt;span style=&quot;&quot;&gt;par ex : FRTIER0A.MAJ_JIRA-1234&lt;/span&gt;&lt;/div&gt;" vertex="1">
          <mxGeometry height="75" width="430" x="-1330" y="40" as="geometry" />
        </mxCell>
        <mxCell id="cKu8MT6L8Fp_BZaxLZj7-14" parent="1" style="ellipse;shape=doubleEllipse;whiteSpace=wrap;html=1;dashed=1;" value="Demande JIRA 2&lt;div&gt;(dev)&lt;/div&gt;" vertex="1">
          <mxGeometry height="60" width="120" x="-1060" y="406.5" as="geometry" />
        </mxCell>
        <mxCell id="cKu8MT6L8Fp_BZaxLZj7-15" parent="1" style="ellipse;shape=doubleEllipse;whiteSpace=wrap;html=1;dashed=1;" value="Demande JIRA 3&lt;div&gt;(dev)&lt;/div&gt;" vertex="1">
          <mxGeometry height="60" width="122" x="-1061" y="476.5" as="geometry" />
        </mxCell>
        <mxCell id="cKu8MT6L8Fp_BZaxLZj7-19" parent="1" style="text;html=1;whiteSpace=wrap;strokeColor=none;fillColor=none;align=center;verticalAlign=middle;rounded=0;fontSize=23;fontStyle=1" value="." vertex="1">
          <mxGeometry height="30" width="60" x="-1030" y="536.25" as="geometry" />
        </mxCell>
        <mxCell id="cKu8MT6L8Fp_BZaxLZj7-20" parent="1" style="text;html=1;whiteSpace=wrap;strokeColor=none;fillColor=none;align=center;verticalAlign=middle;rounded=0;fontSize=23;fontStyle=1" value="." vertex="1">
          <mxGeometry height="30" width="60" x="-1030" y="550" as="geometry" />
        </mxCell>
        <mxCell id="cKu8MT6L8Fp_BZaxLZj7-21" parent="1" style="text;html=1;whiteSpace=wrap;strokeColor=none;fillColor=none;align=center;verticalAlign=middle;rounded=0;fontSize=23;fontStyle=1" value="." vertex="1">
          <mxGeometry height="30" width="60" x="-1030" y="566.25" as="geometry" />
        </mxCell>
        <mxCell id="cKu8MT6L8Fp_BZaxLZj7-24" edge="1" parent="1" source="cKu8MT6L8Fp_BZaxLZj7-23" style="edgeStyle=orthogonalEdgeStyle;rounded=0;orthogonalLoop=1;jettySize=auto;html=1;" target="QUzsFoNl6aFI_2ed8XXq-13">
          <mxGeometry relative="1" as="geometry">
            <Array as="points">
              <mxPoint x="120" y="220" />
              <mxPoint x="120" y="220" />
            </Array>
          </mxGeometry>
        </mxCell>
        <mxCell id="cKu8MT6L8Fp_BZaxLZj7-23" parent="1" style="ellipse;shape=doubleEllipse;whiteSpace=wrap;html=1;fillColor=#ffe6cc;strokeColor=#d79b00;" value="Demande JIRA 1&lt;div&gt;(recharge fichier)&lt;/div&gt;" vertex="1">
          <mxGeometry height="60" width="160" x="-850" y="190" as="geometry" />
        </mxCell>
        <mxCell id="cKu8MT6L8Fp_BZaxLZj7-25" edge="1" parent="1" source="cKu8MT6L8Fp_BZaxLZj7-11" style="edgeStyle=none;endArrow=none;exitX=0;exitY=0;dashed=1;html=1;rounded=0;exitDx=430;exitDy=45;exitPerimeter=0;" target="cKu8MT6L8Fp_BZaxLZj7-23" value="">
          <mxGeometry relative="1" x="1" as="geometry">
            <mxPoint x="-520" y="10" as="sourcePoint" />
            <mxPoint x="-490" y="150" as="targetPoint" />
          </mxGeometry>
        </mxCell>
        <mxCell id="cKu8MT6L8Fp_BZaxLZj7-26" edge="1" parent="1" source="cKu8MT6L8Fp_BZaxLZj7-11" style="edgeStyle=none;endArrow=none;exitX=0;exitY=0;dashed=1;html=1;rounded=0;exitDx=430;exitDy=45;exitPerimeter=0;entryX=0;entryY=0.5;entryDx=0;entryDy=0;" target="QUzsFoNl6aFI_2ed8XXq-34" value="">
          <mxGeometry relative="1" x="1" as="geometry">
            <mxPoint x="-900" y="200" as="sourcePoint" />
            <mxPoint x="-801" y="244" as="targetPoint" />
          </mxGeometry>
        </mxCell>
        <mxCell id="cKu8MT6L8Fp_BZaxLZj7-27" parent="1" style="text;html=1;whiteSpace=wrap;strokeColor=none;fillColor=none;align=center;verticalAlign=middle;rounded=0;fontSize=23;fontStyle=1" value="." vertex="1">
          <mxGeometry height="30" width="60" x="-800" y="426.5" as="geometry" />
        </mxCell>
        <mxCell id="cKu8MT6L8Fp_BZaxLZj7-28" parent="1" style="text;html=1;whiteSpace=wrap;strokeColor=none;fillColor=none;align=center;verticalAlign=middle;rounded=0;fontSize=23;fontStyle=1" value="." vertex="1">
          <mxGeometry height="30" width="60" x="-800" y="413" as="geometry" />
        </mxCell>
        <mxCell id="cKu8MT6L8Fp_BZaxLZj7-29" parent="1" style="text;html=1;whiteSpace=wrap;strokeColor=none;fillColor=none;align=center;verticalAlign=middle;rounded=0;fontSize=23;fontStyle=1" value="." vertex="1">
          <mxGeometry height="30" width="60" x="-800" y="396.5" as="geometry" />
        </mxCell>
        <mxCell id="cKu8MT6L8Fp_BZaxLZj7-31" parent="1" style="text;html=1;whiteSpace=wrap;strokeColor=none;fillColor=none;align=center;verticalAlign=middle;rounded=0;fontColor=#330000;" value="&lt;font style=&quot;&quot;&gt;Run Tag =&amp;nbsp;&lt;/font&gt;&lt;b style=&quot;text-align: left;&quot;&gt;x.x.x_bxxx-Rx-Jira-xxxx&lt;/b&gt;" vertex="1">
          <mxGeometry height="30" width="200" x="160" y="194" as="geometry" />
        </mxCell>
        <mxCell id="cKu8MT6L8Fp_BZaxLZj7-33" parent="1" style="text;html=1;whiteSpace=wrap;strokeColor=none;fillColor=none;align=center;verticalAlign=middle;rounded=0;fontColor=#330000;" value="&lt;font style=&quot;&quot;&gt;Run Tag =&amp;nbsp;&lt;b style=&quot;text-align: left;&quot;&gt;x.x.x_bxxx-Rx&lt;/b&gt;&lt;/font&gt;" vertex="1">
          <mxGeometry height="30" width="200" x="160" y="356" as="geometry" />
        </mxCell>
        <mxCell id="cKu8MT6L8Fp_BZaxLZj7-39" parent="1" style="text;html=1;whiteSpace=wrap;strokeColor=none;fillColor=none;align=center;verticalAlign=middle;rounded=0;" value="verifier/fermer/reopen" vertex="1">
          <mxGeometry height="30" width="60" x="1850" y="313.5" as="geometry" />
        </mxCell>
        <mxCell id="cKu8MT6L8Fp_BZaxLZj7-40" parent="1" style="text;html=1;whiteSpace=wrap;strokeColor=none;fillColor=none;align=center;verticalAlign=middle;rounded=0;" value="verifier/fermer/reopen" vertex="1">
          <mxGeometry height="30" width="60" x="1926" y="382.5" as="geometry" />
        </mxCell>
        <mxCell id="cKu8MT6L8Fp_BZaxLZj7-43" parent="1" style="text;html=1;whiteSpace=wrap;strokeColor=none;fillColor=none;align=center;verticalAlign=middle;rounded=0;fontColor=#FF3333;" value="est-ce qu&#39;on peut supprimer les donnees du meme run tag ? oui" vertex="1">
          <mxGeometry height="30" width="200" x="30" y="85" as="geometry" />
        </mxCell>
        <mxCell id="joy4J5Q9jbU-j6AZ98Qk-1" parent="1" style="text;html=1;whiteSpace=wrap;strokeColor=none;fillColor=none;align=center;verticalAlign=middle;rounded=0;" value="relance manuellement&lt;div&gt;avec JIRA number&lt;/div&gt;" vertex="1">
          <mxGeometry height="30" width="130" x="210" y="302.5" as="geometry" />
        </mxCell>
        <mxCell id="joy4J5Q9jbU-j6AZ98Qk-2" parent="1" style="text;html=1;whiteSpace=wrap;strokeColor=none;fillColor=none;align=center;verticalAlign=middle;rounded=0;" value="relance manuellement&lt;div&gt;avec JIRA number&lt;/div&gt;" vertex="1">
          <mxGeometry height="30" width="150" x="200" y="220" as="geometry" />
        </mxCell>
        <mxCell id="joy4J5Q9jbU-j6AZ98Qk-3" parent="1" style="text;html=1;whiteSpace=wrap;strokeColor=none;fillColor=none;align=center;verticalAlign=middle;rounded=0;" value="relance manuellement" vertex="1">
          <mxGeometry height="30" width="60" x="230" y="385" as="geometry" />
        </mxCell>
        <mxCell id="joy4J5Q9jbU-j6AZ98Qk-4" parent="1" style="text;html=1;whiteSpace=wrap;strokeColor=none;fillColor=none;align=center;verticalAlign=middle;rounded=0;" value="lance automatiqument" vertex="1">
          <mxGeometry height="30" width="60" x="230" y="152" as="geometry" />
        </mxCell>
        <mxCell id="rzhG1iog7SnUviydnech-2" parent="1" style="swimlane;fontStyle=0;childLayout=stackLayout;horizontal=1;startSize=26;fillColor=none;horizontalStack=0;resizeParent=1;resizeParentMax=0;resizeLast=0;collapsible=1;marginBottom=0;html=1;" value="TB_NOT_PARAM_*" vertex="1">
          <mxGeometry height="130" width="350" x="420" y="670" as="geometry" />
        </mxCell>
        <mxCell id="rzhG1iog7SnUviydnech-3" parent="rzhG1iog7SnUviydnech-2" style="text;strokeColor=none;fillColor=none;align=left;verticalAlign=top;spacingLeft=4;spacingRight=4;overflow=hidden;rotatable=0;points=[[0,0.5],[1,0.5]];portConstraint=eastwest;whiteSpace=wrap;html=1;" value="CD_PA" vertex="1">
          <mxGeometry height="26" width="350" y="26" as="geometry" />
        </mxCell>
        <mxCell id="rzhG1iog7SnUviydnech-4" parent="rzhG1iog7SnUviydnech-2" style="text;strokeColor=none;fillColor=none;align=left;verticalAlign=top;spacingLeft=4;spacingRight=4;overflow=hidden;rotatable=0;points=[[0,0.5],[1,0.5]];portConstraint=eastwest;whiteSpace=wrap;html=1;" value="DTF_PER_TRT" vertex="1">
          <mxGeometry height="26" width="350" y="52" as="geometry" />
        </mxCell>
        <mxCell id="rzhG1iog7SnUviydnech-5" parent="rzhG1iog7SnUviydnech-2" style="text;strokeColor=none;fillColor=none;align=left;verticalAlign=top;spacingLeft=4;spacingRight=4;overflow=hidden;rotatable=0;points=[[0,0.5],[1,0.5]];portConstraint=eastwest;whiteSpace=wrap;html=1;" value="DT_SYS_CRE" vertex="1">
          <mxGeometry height="26" width="350" y="78" as="geometry" />
        </mxCell>
        <mxCell id="rzhG1iog7SnUviydnech-6" parent="rzhG1iog7SnUviydnech-2" style="text;strokeColor=none;fillColor=none;align=left;verticalAlign=top;spacingLeft=4;spacingRight=4;overflow=hidden;rotatable=0;points=[[0,0.5],[1,0.5]];portConstraint=eastwest;whiteSpace=wrap;html=1;" value="RUN_TAG: 0 (defaut automatique), 2503, 2503-1" vertex="1">
          <mxGeometry height="26" width="350" y="104" as="geometry" />
        </mxCell>
        <mxCell id="rzhG1iog7SnUviydnech-9" parent="1" style="swimlane;fontStyle=0;childLayout=stackLayout;horizontal=1;startSize=26;fillColor=none;horizontalStack=0;resizeParent=1;resizeParentMax=0;resizeLast=0;collapsible=1;marginBottom=0;html=1;" value="TB_refined_*" vertex="1">
          <mxGeometry height="130" width="350" x="820" y="670" as="geometry" />
        </mxCell>
        <mxCell id="rzhG1iog7SnUviydnech-10" parent="rzhG1iog7SnUviydnech-9" style="text;strokeColor=none;fillColor=none;align=left;verticalAlign=top;spacingLeft=4;spacingRight=4;overflow=hidden;rotatable=0;points=[[0,0.5],[1,0.5]];portConstraint=eastwest;whiteSpace=wrap;html=1;" value="CD_PA" vertex="1">
          <mxGeometry height="26" width="350" y="26" as="geometry" />
        </mxCell>
        <mxCell id="rzhG1iog7SnUviydnech-11" parent="rzhG1iog7SnUviydnech-9" style="text;strokeColor=none;fillColor=none;align=left;verticalAlign=top;spacingLeft=4;spacingRight=4;overflow=hidden;rotatable=0;points=[[0,0.5],[1,0.5]];portConstraint=eastwest;whiteSpace=wrap;html=1;" value="DTF_PER_TRT" vertex="1">
          <mxGeometry height="26" width="350" y="52" as="geometry" />
        </mxCell>
        <mxCell id="rzhG1iog7SnUviydnech-12" parent="rzhG1iog7SnUviydnech-9" style="text;strokeColor=none;fillColor=none;align=left;verticalAlign=top;spacingLeft=4;spacingRight=4;overflow=hidden;rotatable=0;points=[[0,0.5],[1,0.5]];portConstraint=eastwest;whiteSpace=wrap;html=1;" value="DT_SYS_CRE" vertex="1">
          <mxGeometry height="26" width="350" y="78" as="geometry" />
        </mxCell>
        <mxCell id="rzhG1iog7SnUviydnech-13" parent="rzhG1iog7SnUviydnech-9" style="text;strokeColor=none;fillColor=none;align=left;verticalAlign=top;spacingLeft=4;spacingRight=4;overflow=hidden;rotatable=0;points=[[0,0.5],[1,0.5]];portConstraint=eastwest;whiteSpace=wrap;html=1;" value="RUN_TAG: 2503, 2503-1" vertex="1">
          <mxGeometry height="26" width="350" y="104" as="geometry" />
        </mxCell>
        <mxCell id="rzhG1iog7SnUviydnech-14" parent="1" style="text;html=1;whiteSpace=wrap;strokeColor=none;fillColor=none;align=center;verticalAlign=middle;rounded=0;" value="2503 :&amp;nbsp;&lt;div&gt;recharger le fichier&lt;/div&gt;&lt;div&gt;modif param&lt;/div&gt;" vertex="1">
-           <mxGeometry height="30" width="140" x="200" y="766" as="geometry" />
+           <mxGeometry height="30" width="140" x="280" y="720" as="geometry" />
        </mxCell>
        <mxCell id="rzhG1iog7SnUviydnech-15" parent="1" style="ellipse;shape=doubleEllipse;whiteSpace=wrap;html=1;fillColor=#ffe6cc;strokeColor=#d79b00;" value="Demande JIRA 2&lt;div&gt;(modification param)&lt;/div&gt;" vertex="1">
          <mxGeometry height="60" width="160" x="-850" y="346.5" as="geometry" />
        </mxCell>
        <mxCell id="rzhG1iog7SnUviydnech-18" edge="1" parent="1" source="cKu8MT6L8Fp_BZaxLZj7-11" style="edgeStyle=none;endArrow=none;exitX=0;exitY=0;dashed=1;html=1;rounded=0;exitDx=430;exitDy=45;exitPerimeter=0;entryX=0;entryY=0.5;entryDx=0;entryDy=0;" target="rzhG1iog7SnUviydnech-15" value="">
          <mxGeometry relative="1" x="1" as="geometry">
            <mxPoint x="-880" y="180" as="sourcePoint" />
            <mxPoint x="-830" y="395" as="targetPoint" />
          </mxGeometry>
+         </mxCell>
+         <mxCell id="rzhG1iog7SnUviydnech-19" edge="1" parent="1" source="rzhG1iog7SnUviydnech-15" style="edgeStyle=none;endArrow=none;exitX=1;exitY=0.5;dashed=1;html=1;rounded=0;exitDx=0;exitDy=0;" value="">
+           <mxGeometry relative="1" x="1" as="geometry">
+             <mxPoint x="-790" y="400" as="sourcePoint" />
+             <mxPoint x="300" y="720" as="targetPoint" />
+           </mxGeometry>
+         </mxCell>
+         <mxCell id="rzhG1iog7SnUviydnech-20" parent="1" style="text;html=1;whiteSpace=wrap;strokeColor=none;fillColor=none;align=center;verticalAlign=middle;rounded=0;" value="example" vertex="1">
+           <mxGeometry height="30" width="60" x="-200" y="560" as="geometry" />
        </mxCell>
      </root>
    </mxGraphModel>
  </diagram>
</mxfile>
